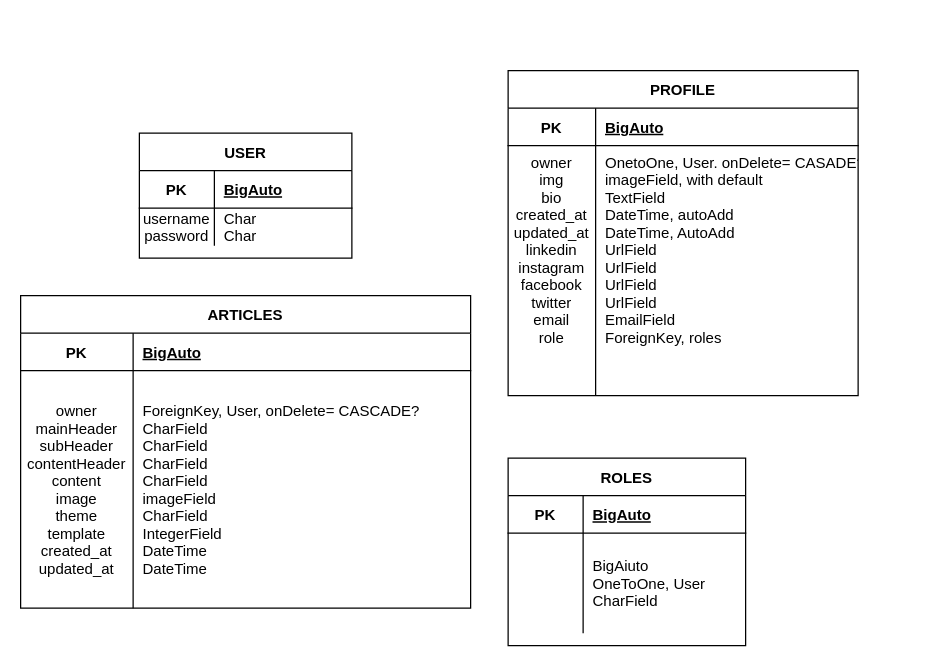
shinorspellz/vell-magazine keeps this draw.io diagram as New.drawio. Above is the earlier version. Source tidied: cells renumbered, new cells numbered last; positions are measured from the earlier drawing's top-left corner, leaving out a move shared by most shapes. Both pictures are drawn from the tidied source at 125%, with x=0, y=0 at pixel (20, 70).
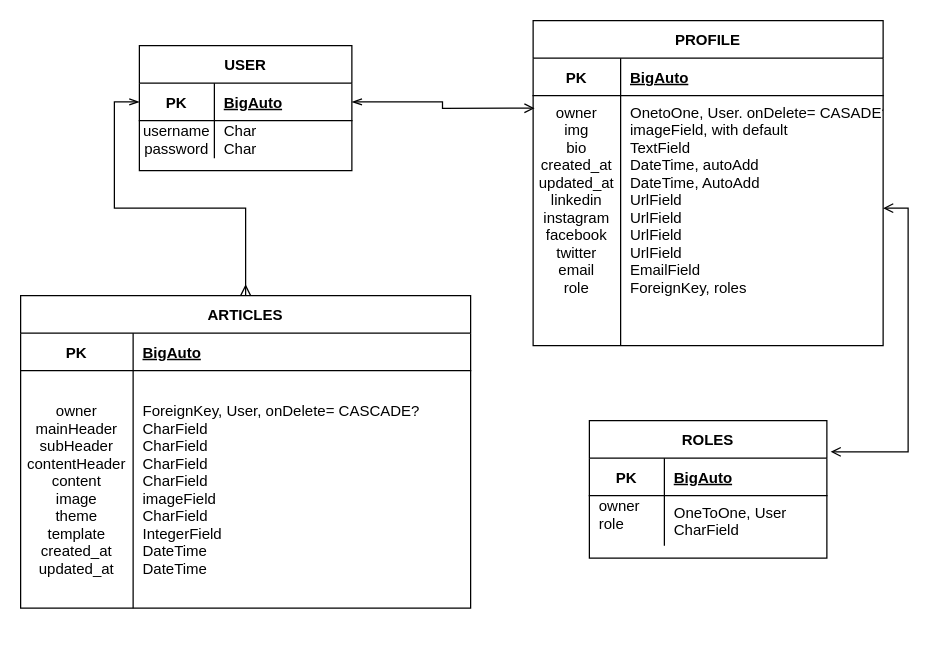
The same page after the edit.

Unchanged cells that the change refers to:
```xml
<mxCell id="3" style="shape=partialRectangle;fillColor=none;points=[[0,0.5],[1,0.5]];portConstraint=eastwest;top=0;left=0;right=0;bottom=1;" parent="2" vertex="1">
  <mxGeometry y="30" width="170" height="30" as="geometry" />
</mxCell>
<mxCell id="13" style="shape=partialRectangle;fillColor=none;points=[[0,0.5],[1,0.5]];portConstraint=eastwest;top=0;left=0;right=0;bottom=0;" parent="9" vertex="1">
  <mxGeometry y="60" width="280" height="180" as="geometry" />
</mxCell>
<mxCell id="19" value="ARTICLES" style="shape=table;startSize=30;childLayout=tableLayout;rowLines=0;fontStyle=1;align=center;" parent="1" vertex="1">
  <mxGeometry y="180" width="360" height="250" as="geometry" />
</mxCell>
<mxCell id="27" style="shape=partialRectangle;fillColor=none;points=[[0,0.5],[1,0.5]];portConstraint=eastwest;top=0;left=0;right=0;bottom=1;" parent="26" vertex="1">
  <mxGeometry y="30" width="190" height="30" as="geometry" />
</mxCell>
```

Diff of the diagram source:
```diff
@@
     <mxCell id="2" value="USER" style="shape=table;startSize=30;childLayout=tableLayout;rowLines=0;fontStyle=1;align=center;" parent="1" vertex="1">
-      <mxGeometry x="95" y="50" width="170" height="100" as="geometry" />
+      <mxGeometry x="95" y="-20" width="170" height="100" as="geometry" />
     </mxCell>
@@
     <mxCell id="9" value="PROFILE" style="shape=table;startSize=30;childLayout=tableLayout;rowLines=0;fontStyle=1;align=center;" parent="1" vertex="1">
-      <mxGeometry x="390" width="280" height="260" as="geometry" />
+      <mxGeometry x="410" y="-40" width="280" height="260" as="geometry" />
     </mxCell>
@@
     <mxCell id="26" value="ROLES" style="shape=table;startSize=30;childLayout=tableLayout;rowLines=0;fontStyle=1;align=center;" parent="1" vertex="1">
-      <mxGeometry x="390" y="310" width="190" height="150" as="geometry" />
+      <mxGeometry x="455" y="280" width="190" height="110" as="geometry" />
     </mxCell>
@@
     <mxCell id="30" style="shape=partialRectangle;fillColor=none;top=0;left=0;right=0;bottom=0;" parent="26" vertex="1">
-      <mxGeometry y="60" width="190" height="80" as="geometry" />
+      <mxGeometry y="60" width="190" height="40" as="geometry" />
     </mxCell>
     <mxCell id="31" style="shape=partialRectangle;overflow=hidden;fillColor=none;top=0;left=0;bottom=0;right=0;" parent="30" vertex="1">
-      <mxGeometry width="60" height="80" as="geometry" />
+      <mxGeometry width="60" height="40" as="geometry" />
     </mxCell>
-    <mxCell id="32" value="BigAiuto&#10;OneToOne, User&#10;CharField" style="shape=partialRectangle;overflow=hidden;fillColor=none;top=0;left=0;bottom=0;right=0;align=left;spacingLeft=6;" parent="30" vertex="1">
-      <mxGeometry x="60" width="130" height="80" as="geometry" />
+    <mxCell id="32" value="OneToOne, User&#10;CharField" style="shape=partialRectangle;overflow=hidden;fillColor=none;top=0;left=0;bottom=0;right=0;align=left;spacingLeft=6;" parent="30" vertex="1">
+      <mxGeometry x="60" width="130" height="40" as="geometry" />
     </mxCell>
+    <mxCell id="33" value="owner&#10;role" style="shape=partialRectangle;overflow=hidden;fillColor=none;top=0;left=0;bottom=0;right=0;align=left;spacingLeft=6;" parent="1" vertex="1">
+      <mxGeometry x="455" y="315" width="65" height="80" as="geometry" />
+    </mxCell>
+    <mxCell id="34" style="edgeStyle=orthogonalEdgeStyle;rounded=0;jettySize=auto;html=1;exitX=0;exitY=0.5;exitDx=0;exitDy=0;entryX=0.5;entryY=0;entryDx=0;entryDy=0;startArrow=openThin;startFill=0;endArrow=ERmany;endFill=0;" parent="1" edge="1" source="3" target="19">
+      <mxGeometry relative="1" as="geometry" />
+    </mxCell>
+    <mxCell id="35" style="edgeStyle=orthogonalEdgeStyle;rounded=0;jettySize=auto;html=1;exitX=1;exitY=0.5;exitDx=0;exitDy=0;entryX=0.004;entryY=0.056;entryDx=0;entryDy=0;entryPerimeter=0;startArrow=openThin;startFill=0;endArrow=open;endFill=0;" parent="1" edge="1" source="3" target="13">
+      <mxGeometry relative="1" as="geometry" />
+    </mxCell>
+    <mxCell id="36" style="edgeStyle=orthogonalEdgeStyle;rounded=0;jettySize=auto;html=1;exitX=1;exitY=0.5;exitDx=0;exitDy=0;entryX=1.016;entryY=-0.167;entryDx=0;entryDy=0;entryPerimeter=0;startArrow=open;startFill=0;endArrow=open;endFill=0;" parent="1" edge="1" source="13" target="27">
+      <mxGeometry relative="1" as="geometry" />
+    </mxCell>
```
